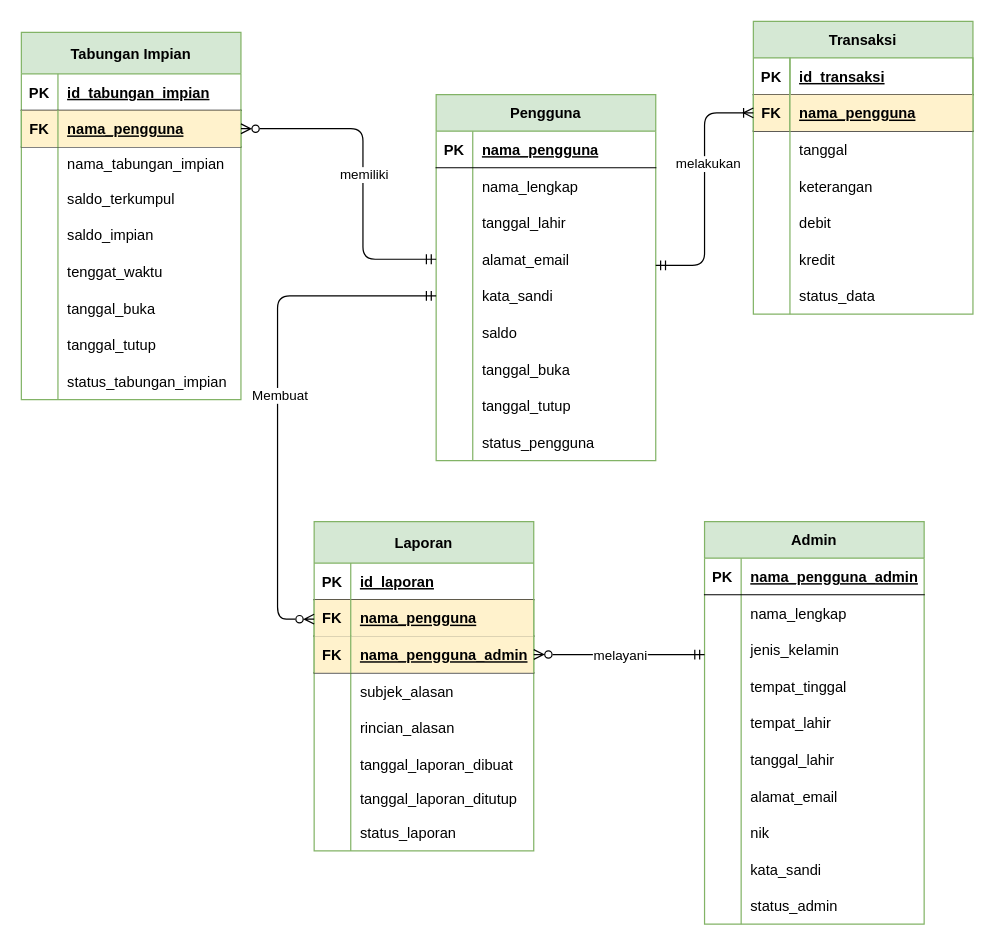
Earlier version of the draw.io diagram Database/ERD_Darimu.drawio (ammarsufyan/Darimu). Source tidied: cells renumbered, new cells numbered last; positions are measured from the earlier drawing's top-left corner, leaving out a move shared by most shapes. Both pictures are drawn from the tidied source at 122%, with x=0, y=0 at pixel (21, 21).
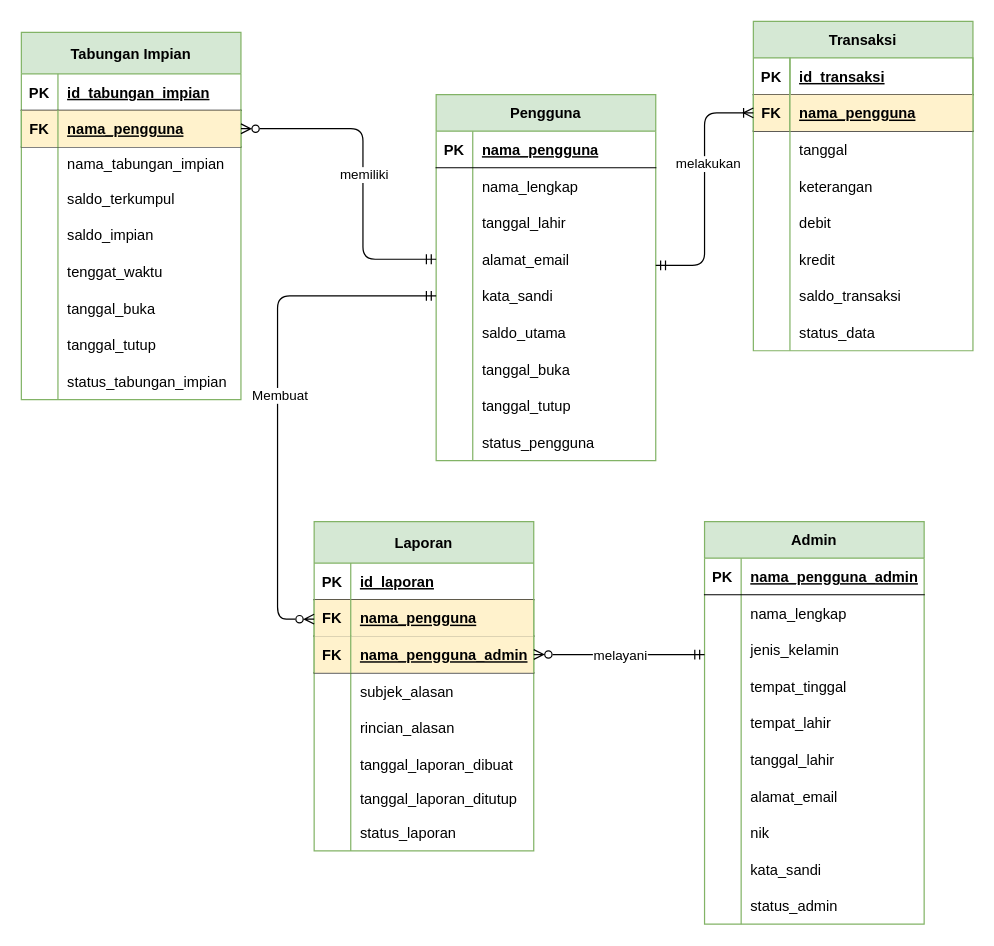
Above is the later version.

The change refers to these unchanged cells:
```xml
<mxCell id="18" style="shape=partialRectangle;fillColor=none;top=0;left=0;bottom=0;right=0;" parent="2" vertex="1">
  <mxGeometry y="180" width="180" height="30" as="geometry" />
</mxCell>
```

Diff of the diagram source:
```diff
@@
-    <mxCell id="20" value="saldo" style="shape=partialRectangle;fillColor=none;top=0;left=0;bottom=0;right=0;align=left;spacingLeft=6;overflow=hidden;" parent="18" vertex="1">
+    <mxCell id="20" value="saldo_utama" style="shape=partialRectangle;fillColor=none;top=0;left=0;bottom=0;right=0;align=left;spacingLeft=6;overflow=hidden;" parent="18" vertex="1">
       <mxGeometry x="30" width="150" height="30" as="geometry" />
     </mxCell>
@@
     <mxCell id="30" value="Transaksi" style="shape=table;startSize=30;childLayout=tableLayout;rowLines=0;fontStyle=1;align=center;fillColor=#d5e8d4;strokeColor=#82b366;" parent="1" vertex="1">
-      <mxGeometry x="600" width="180" height="240" as="geometry" />
+      <mxGeometry x="600" width="180" height="270" as="geometry" />
     </mxCell>
@@
+    <mxCell id="144" style="shape=partialRectangle;fillColor=none;top=0;left=0;bottom=0;right=0;" parent="30" vertex="1">
+      <mxGeometry y="210" width="180" height="30" as="geometry" />
+    </mxCell>
+    <mxCell id="145" style="shape=partialRectangle;fillColor=none;top=0;left=0;bottom=0;right=0;overflow=hidden;" parent="144" vertex="1">
+      <mxGeometry width="30" height="30" as="geometry" />
+    </mxCell>
+    <mxCell id="146" value="saldo_transaksi" style="shape=partialRectangle;fillColor=none;top=0;left=0;bottom=0;right=0;align=left;spacingLeft=6;overflow=hidden;" parent="144" vertex="1">
+      <mxGeometry x="30" width="150" height="30" as="geometry" />
+    </mxCell>
     <mxCell id="49" style="shape=partialRectangle;fillColor=none;top=0;left=0;bottom=0;right=0;" parent="30" vertex="1">
-      <mxGeometry y="210" width="180" height="30" as="geometry" />
+      <mxGeometry y="240" width="180" height="30" as="geometry" />
     </mxCell>
```
